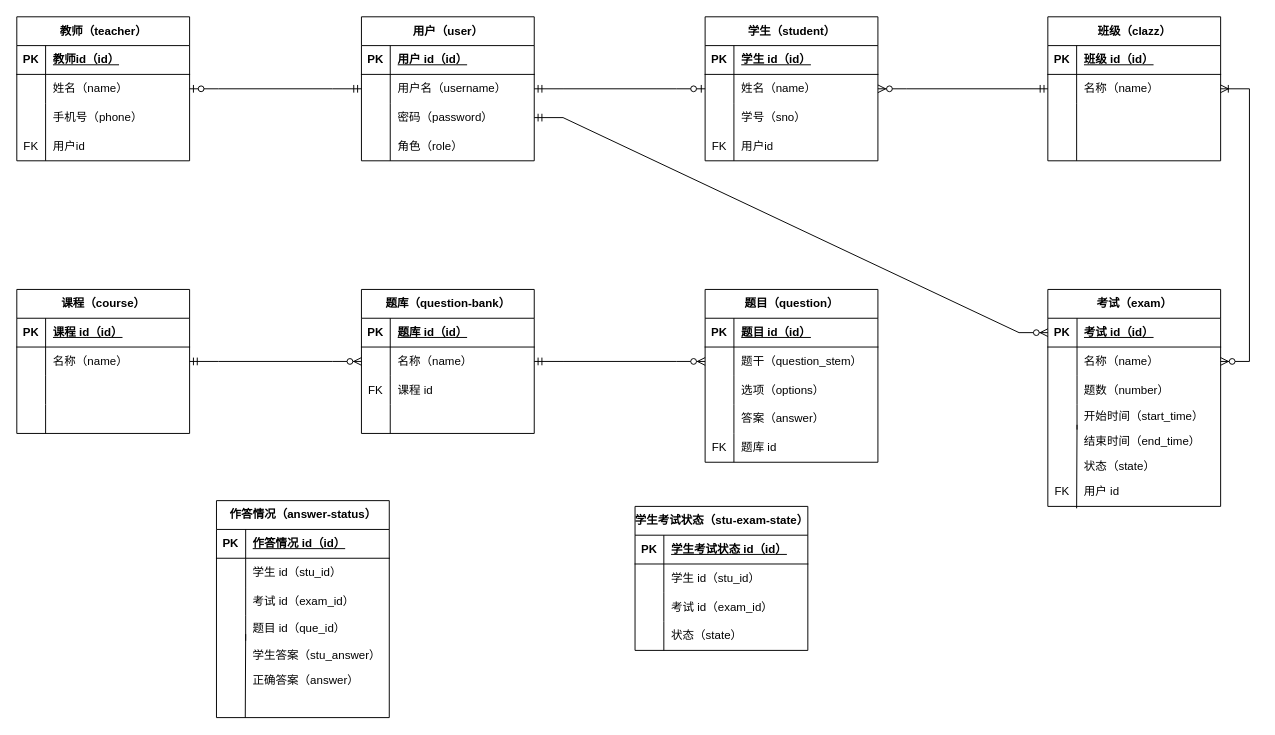
The draw.io diagram documents/ER.drawio in HHepan/online-exam, before the edit. Source tidied: cells renumbered, new cells numbered last; positions are measured from the earlier drawing's top-left corner, leaving out a move shared by most shapes. Both pictures are drawn from the tidied source at 96%, with x=0, y=0 at pixel (16, 16).
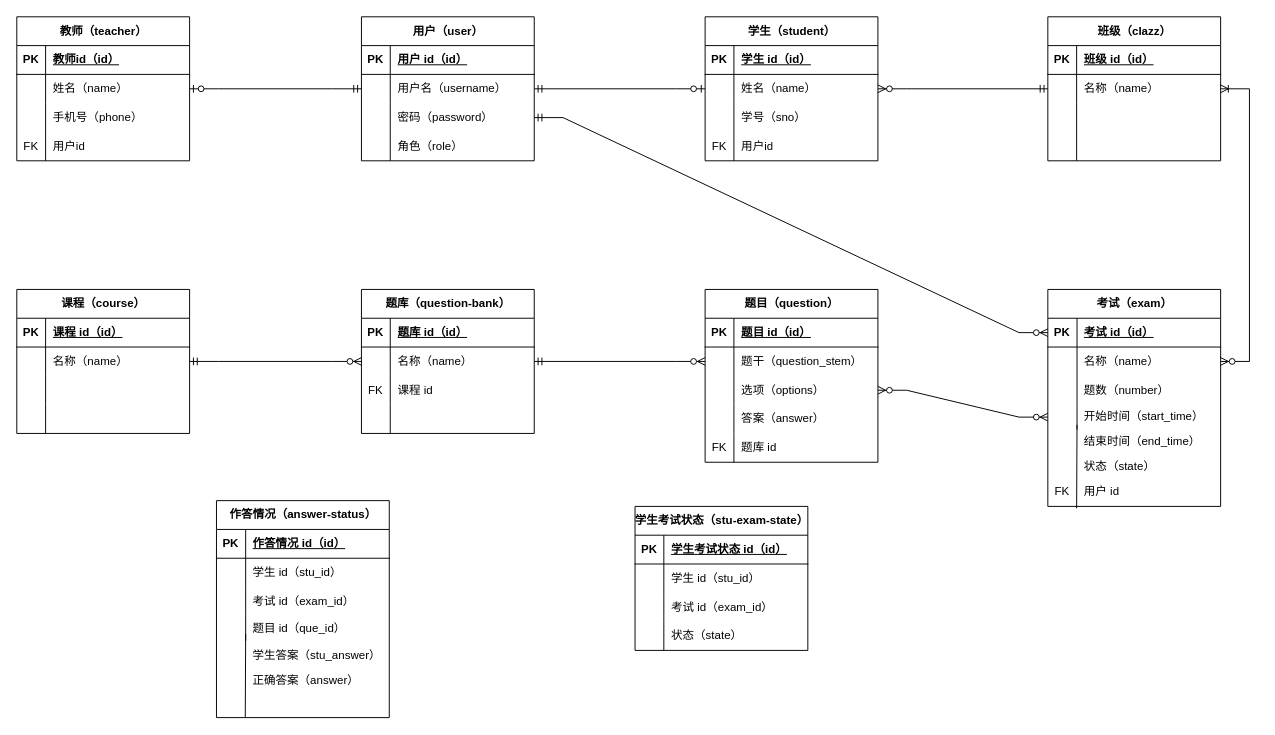
After the change.

The change refers to these unchanged cells:
```xml
<mxCell id="90" style="shape=tableRow;horizontal=0;startSize=0;swimlaneHead=0;swimlaneBody=0;fillColor=none;points=[[0,0.5],[1,0.5]];portConstraint=eastwest;top=0;left=0;right=0;bottom=0;" parent="83" vertex="1">
  <mxGeometry y="90" width="180" height="30" as="geometry" />
</mxCell>
<mxCell id="110" style="shape=tableRow;horizontal=0;startSize=0;swimlaneHead=0;swimlaneBody=0;fillColor=none;points=[[0,0.5],[1,0.5]];portConstraint=eastwest;top=0;left=0;right=0;bottom=0;" parent="100" vertex="1">
  <mxGeometry y="120" width="180" height="26" as="geometry" />
</mxCell>
```

Diff of the diagram source:
```diff
@@
+    <mxCell id="150" style="edgeStyle=entityRelationEdgeStyle;fontSize=12;html=1;endArrow=ERzeroToMany;endFill=1;startArrow=ERzeroToMany;rounded=0;" parent="1" edge="1" source="90" target="110">
+      <mxGeometry relative="1" as="geometry" />
+    </mxCell>
```
